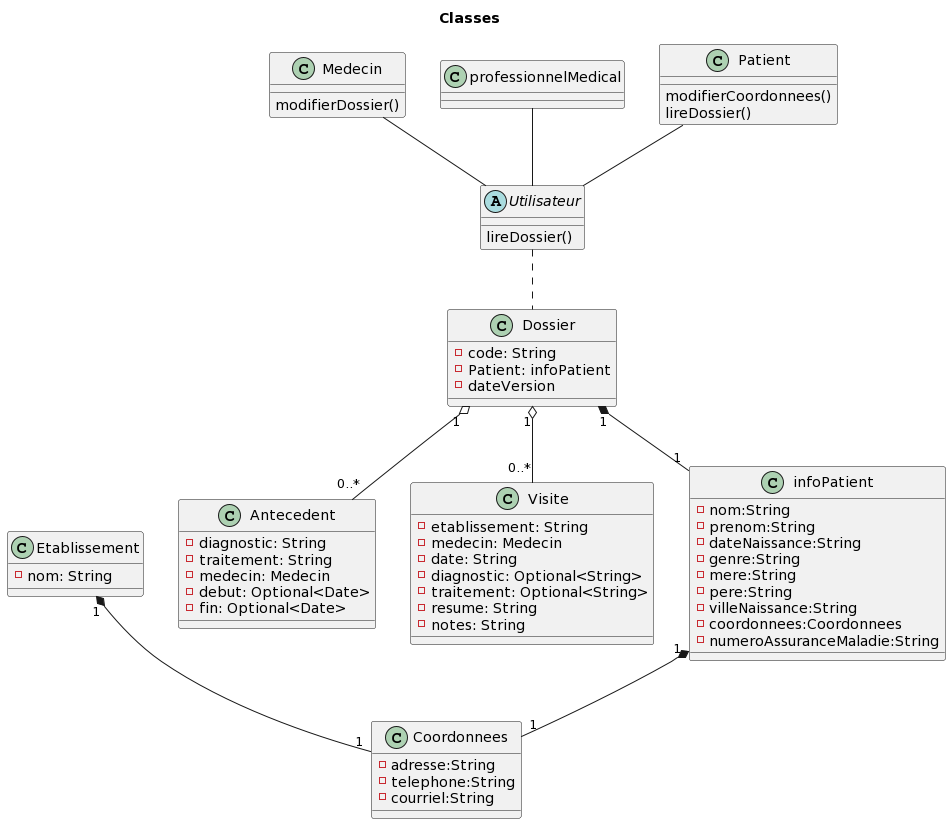
This is diagrammes/CLASSE.png from vbrayuqam/projet-genielog, a PlantUML export, as it was before one commit.
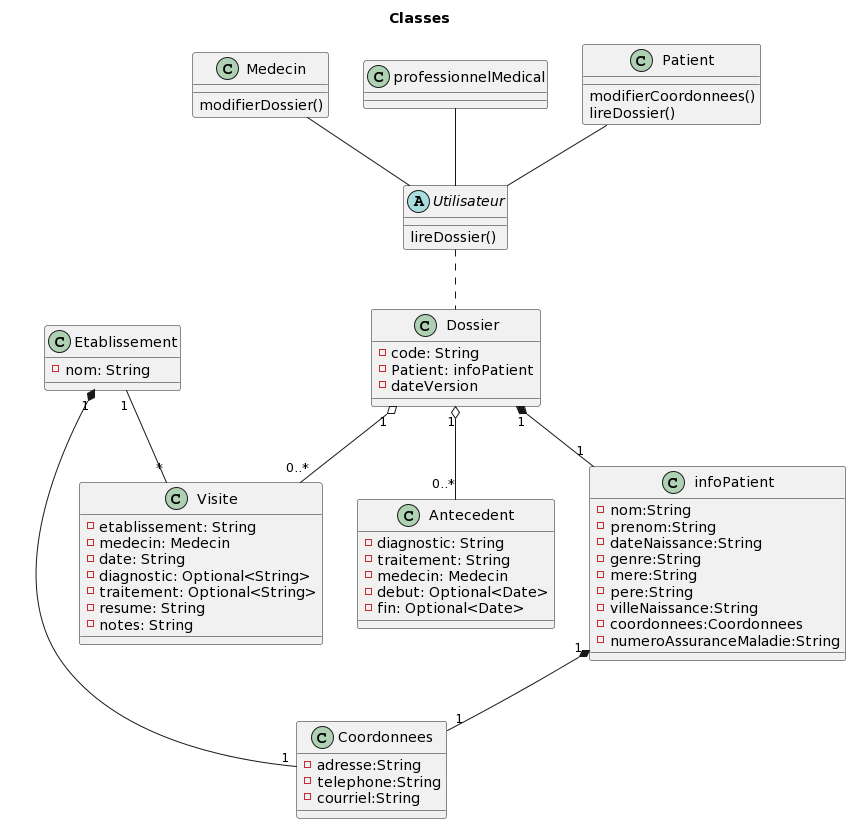
The same diagram one commit later.

What changed in the source:
```diff
@@ -82,4 +82,6 @@
 Dossier "1" o-- "0..*" Antecedent
 
 Dossier "1" o-- "0..*" Visite
+
+Etablissement "1" -- "*" Visite
 @enduml
```
